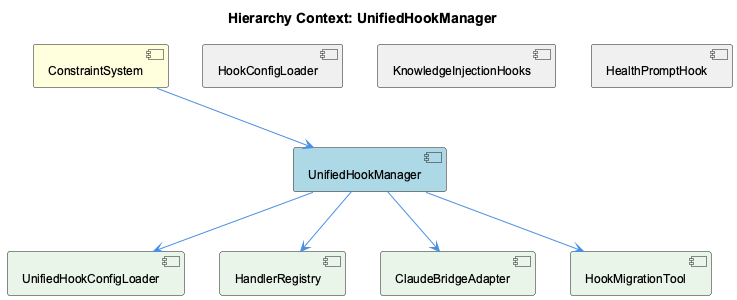
Before: knowledge-management/insights/images/unified-hook-manager-relationship.png, a diagram exported from PlantUML (fwornle/coding).
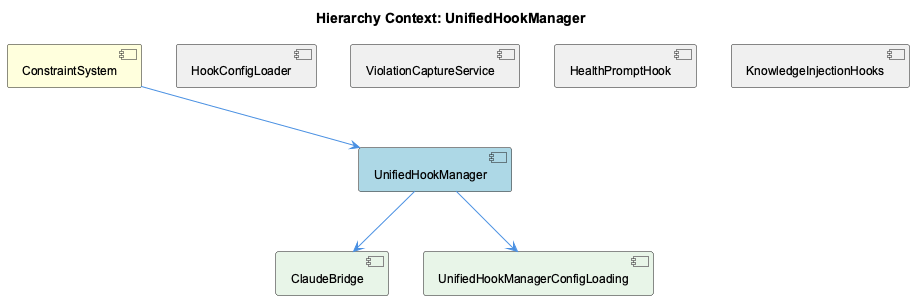
The same diagram one commit later.

The edit, as a diff of the source:
```diff
@@ -6,20 +6,18 @@
 [ConstraintSystem] as constraint_system #FFFFDD
 [UnifiedHookManager] as unified_hook_manager #LightBlue
 [HookConfigLoader] as hook_config_loader #F0F0F0
+[ViolationCaptureService] as violation_capture_service #F0F0F0
+[HealthPromptHook] as health_prompt_hook #F0F0F0
 [KnowledgeInjectionHooks] as knowledge_injection_hooks #F0F0F0
-[HealthPromptHook] as health_prompt_hook #F0F0F0
-[UnifiedHookConfigLoader] as unified_hook_config_loader #E8F5E8
-[HandlerRegistry] as handler_registry #E8F5E8
-[ClaudeBridgeAdapter] as claude_bridge_adapter #E8F5E8
-[HookMigrationTool] as hook_migration_tool #E8F5E8
+[ClaudeBridge] as claude_bridge #E8F5E8
+[UnifiedHookManagerConfigLoading] as unified_hook_manager_config_loading #E8F5E8
 
 constraint_system --> unified_hook_manager
 hook_config_loader -[hidden]- unified_hook_manager
+violation_capture_service -[hidden]- unified_hook_manager
+health_prompt_hook -[hidden]- unified_hook_manager
 knowledge_injection_hooks -[hidden]- unified_hook_manager
-health_prompt_hook -[hidden]- unified_hook_manager
-unified_hook_manager --> unified_hook_config_loader
-unified_hook_manager --> handler_registry
-unified_hook_manager --> claude_bridge_adapter
-unified_hook_manager --> hook_migration_tool
+unified_hook_manager --> claude_bridge
+unified_hook_manager --> unified_hook_manager_config_loading
 
 @enduml
```
